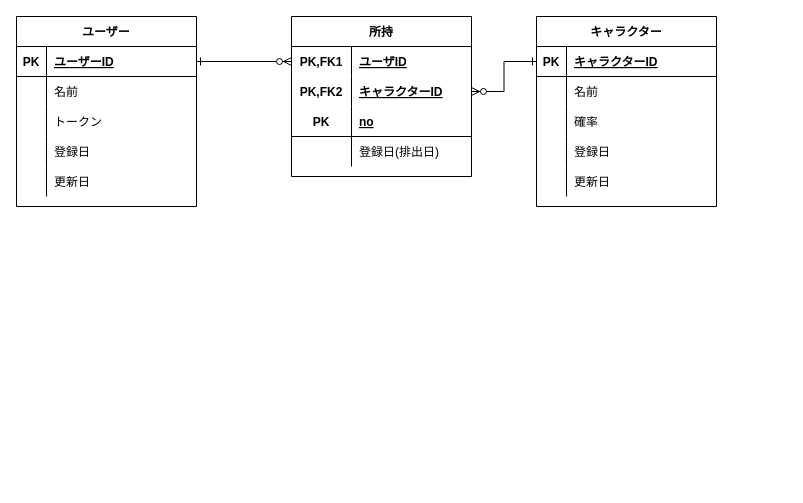
Earlier version of the draw.io diagram db.drawio (HidakaRintaro/MISSION_CA-TechDojo). Source tidied: cells renumbered, new cells numbered last; positions are measured from the earlier drawing's top-left corner, leaving out a move shared by most shapes. Both pictures are drawn from the tidied source at 100%, with x=0, y=0 at pixel (16, 16).
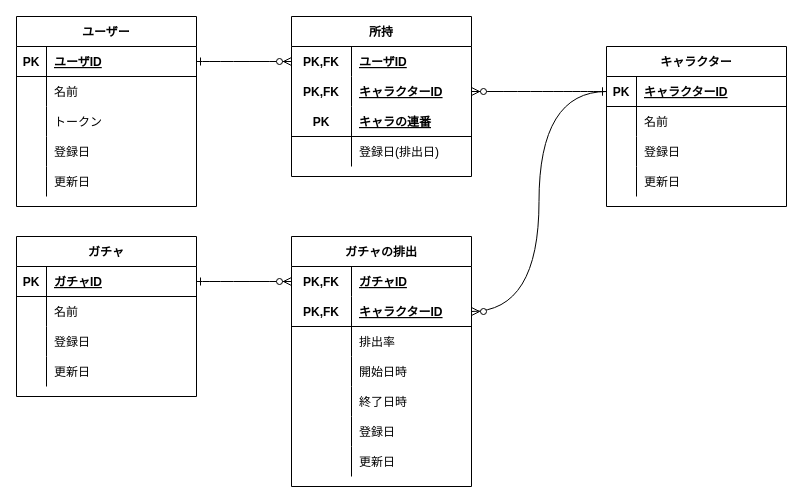
After the change.

Commit message:
db設計の変更

The change refers to these unchanged cells:
```xml
<mxCell id="3" style="shape=partialRectangle;fillColor=none;top=0;left=0;bottom=1;right=0;points=[[0,0.5],[1,0.5]];portConstraint=eastwest;" parent="2" vertex="1">
  <mxGeometry y="30" width="180" height="30" as="geometry" />
</mxCell>
<mxCell id="19" style="shape=partialRectangle;fillColor=none;top=0;left=0;bottom=1;right=0;points=[[0,0.5],[1,0.5]];portConstraint=eastwest;" parent="18" vertex="1">
  <mxGeometry y="30" width="180" height="30" as="geometry" />
</mxCell>
<mxCell id="35" style="shape=partialRectangle;fillColor=none;top=0;left=0;bottom=0;right=0;points=[[0,0.5],[1,0.5]];portConstraint=eastwest;" parent="34" vertex="1">
  <mxGeometry y="30" width="180" height="30" as="geometry" />
</mxCell>
<mxCell id="38" style="shape=partialRectangle;fillColor=none;top=0;left=0;bottom=1;right=0;points=[[0,0.5],[1,0.5]];portConstraint=eastwest;strokeColor=none;" parent="34" vertex="1">
  <mxGeometry y="60" width="180" height="30" as="geometry" />
</mxCell>
<mxCell id="41" style="shape=partialRectangle;fillColor=none;top=0;left=0;bottom=1;right=0;" parent="34" vertex="1">
  <mxGeometry y="90" width="180" height="30" as="geometry" />
</mxCell>
```

What changed in the source:
```diff
@@
-    <mxCell id="5" value="ユーザーID" style="shape=partialRectangle;fillColor=none;top=0;left=0;bottom=0;right=0;align=left;spacingLeft=6;fontStyle=5;overflow=hidden;" parent="3" vertex="1">
+    <mxCell id="5" value="ユーザID" style="shape=partialRectangle;fillColor=none;top=0;left=0;bottom=0;right=0;align=left;spacingLeft=6;fontStyle=5;overflow=hidden;" parent="3" vertex="1">
       <mxGeometry x="30" width="150" height="30" as="geometry" />
     </mxCell>
@@
     <mxCell id="18" value="キャラクター" style="shape=table;startSize=30;childLayout=tableLayout;rowLines=0;fontStyle=1;align=center;" parent="1" vertex="1">
-      <mxGeometry x="520" width="180" height="190" as="geometry" />
+      <mxGeometry x="590" y="30" width="180" height="160" as="geometry" />
     </mxCell>
@@
-    <mxCell id="25" style="shape=partialRectangle;fillColor=none;top=0;left=0;bottom=0;right=0;" parent="18" vertex="1">
-      <mxGeometry y="90" width="180" height="30" as="geometry" />
-    </mxCell>
-    <mxCell id="26" style="shape=partialRectangle;fillColor=none;top=0;left=0;bottom=0;right=0;overflow=hidden;" parent="25" vertex="1">
-      <mxGeometry width="30" height="30" as="geometry" />
-    </mxCell>
-    <mxCell id="27" value="確率" style="shape=partialRectangle;fillColor=none;top=0;left=0;bottom=0;right=0;align=left;spacingLeft=6;overflow=hidden;" parent="25" vertex="1">
-      <mxGeometry x="30" width="150" height="30" as="geometry" />
-    </mxCell>
     <mxCell id="28" style="shape=partialRectangle;fillColor=none;top=0;left=0;bottom=0;right=0;" parent="18" vertex="1">
-      <mxGeometry y="120" width="180" height="30" as="geometry" />
+      <mxGeometry y="90" width="180" height="30" as="geometry" />
     </mxCell>
@@
     <mxCell id="31" style="shape=partialRectangle;fillColor=none;top=0;left=0;bottom=0;right=0;" parent="18" vertex="1">
-      <mxGeometry y="150" width="180" height="30" as="geometry" />
+      <mxGeometry y="120" width="180" height="30" as="geometry" />
     </mxCell>
@@
-    <mxCell id="36" value="PK,FK1" style="shape=partialRectangle;fillColor=none;top=0;left=0;bottom=0;right=0;fontStyle=1;overflow=hidden;" parent="35" vertex="1">
+    <mxCell id="36" value="PK,FK" style="shape=partialRectangle;fillColor=none;top=0;left=0;bottom=0;right=0;fontStyle=1;overflow=hidden;" parent="35" vertex="1">
       <mxGeometry width="60" height="30" as="geometry" />
     </mxCell>
@@
-    <mxCell id="39" value="PK,FK2" style="shape=partialRectangle;fillColor=none;top=0;left=0;bottom=0;right=0;fontStyle=1;overflow=hidden;" parent="38" vertex="1">
+    <mxCell id="39" value="PK,FK" style="shape=partialRectangle;fillColor=none;top=0;left=0;bottom=0;right=0;fontStyle=1;overflow=hidden;" parent="38" vertex="1">
       <mxGeometry width="60" height="30" as="geometry" />
     </mxCell>
@@
-    <mxCell id="43" value="no" style="shape=partialRectangle;fillColor=none;top=0;left=0;bottom=0;right=0;align=left;spacingLeft=6;fontStyle=5;overflow=hidden;" parent="41" vertex="1">
+    <mxCell id="43" value="キャラの連番" style="shape=partialRectangle;fillColor=none;top=0;left=0;bottom=0;right=0;align=left;spacingLeft=6;fontStyle=5;overflow=hidden;" parent="41" vertex="1">
       <mxGeometry x="60" width="120" height="30" as="geometry" />
     </mxCell>
@@
-    <mxCell id="47" style="edgeStyle=orthogonalEdgeStyle;rounded=0;jettySize=auto;html=1;exitX=1;exitY=0.5;exitDx=0;exitDy=0;startArrow=ERone;startFill=0;endArrow=ERzeroToMany;endFill=1;" parent="1" edge="1" source="3" target="35">
+    <mxCell id="47" style="edgeStyle=orthogonalEdgeStyle;rounded=0;jettySize=auto;html=1;exitX=1;exitY=0.5;exitDx=0;exitDy=0;startArrow=ERone;startFill=0;endArrow=ERzeroToMany;endFill=1;curved=1;" parent="1" edge="1" source="3" target="35">
       <mxGeometry relative="1" as="geometry" />
     </mxCell>
-    <mxCell id="48" style="edgeStyle=orthogonalEdgeStyle;rounded=0;jettySize=auto;html=1;exitX=0;exitY=0.5;exitDx=0;exitDy=0;startArrow=ERone;startFill=0;endArrow=ERzeroToMany;endFill=1;" parent="1" edge="1" source="19" target="38">
+    <mxCell id="48" style="edgeStyle=orthogonalEdgeStyle;rounded=0;jettySize=auto;html=1;exitX=0;exitY=0.5;exitDx=0;exitDy=0;startArrow=ERone;startFill=0;endArrow=ERzeroToMany;endFill=1;curved=1;" parent="1" edge="1" source="19" target="38">
       <mxGeometry relative="1" as="geometry" />
     </mxCell>
+    <mxCell id="49" value="ガチャの排出" style="shape=table;startSize=30;childLayout=tableLayout;rowLines=0;fontStyle=1;align=center;" parent="1" vertex="1">
+      <mxGeometry x="275" y="220" width="180" height="250" as="geometry" />
+    </mxCell>
+    <mxCell id="50" style="shape=partialRectangle;fillColor=none;top=0;left=0;bottom=0;right=0;points=[[0,0.5],[1,0.5]];portConstraint=eastwest;" parent="49" vertex="1">
+      <mxGeometry y="30" width="180" height="30" as="geometry" />
+    </mxCell>
+    <mxCell id="51" value="PK,FK" style="shape=partialRectangle;fillColor=none;top=0;left=0;bottom=0;right=0;fontStyle=1;overflow=hidden;" parent="50" vertex="1">
+      <mxGeometry width="60" height="30" as="geometry" />
+    </mxCell>
+    <mxCell id="52" value="ガチャID" style="shape=partialRectangle;fillColor=none;top=0;left=0;bottom=0;right=0;align=left;spacingLeft=6;fontStyle=5;overflow=hidden;" parent="50" vertex="1">
+      <mxGeometry x="60" width="120" height="30" as="geometry" />
+    </mxCell>
+    <mxCell id="53" style="shape=partialRectangle;fillColor=none;top=0;left=0;bottom=1;right=0;points=[[0,0.5],[1,0.5]];portConstraint=eastwest;" parent="49" vertex="1">
+      <mxGeometry y="60" width="180" height="30" as="geometry" />
+    </mxCell>
+    <mxCell id="54" value="PK,FK" style="shape=partialRectangle;fillColor=none;top=0;left=0;bottom=0;right=0;fontStyle=1;overflow=hidden;" parent="53" vertex="1">
+      <mxGeometry width="60" height="30" as="geometry" />
+    </mxCell>
+    <mxCell id="55" value="キャラクターID" style="shape=partialRectangle;fillColor=none;top=0;left=0;bottom=0;right=0;align=left;spacingLeft=6;fontStyle=5;overflow=hidden;" parent="53" vertex="1">
+      <mxGeometry x="60" width="120" height="30" as="geometry" />
+    </mxCell>
+    <mxCell id="56" style="shape=partialRectangle;fillColor=none;top=0;left=0;bottom=0;right=0;" parent="49" vertex="1">
+      <mxGeometry y="90" width="180" height="30" as="geometry" />
+    </mxCell>
+    <mxCell id="57" style="shape=partialRectangle;fillColor=none;top=0;left=0;bottom=0;right=0;overflow=hidden;" parent="56" vertex="1">
+      <mxGeometry width="60" height="30" as="geometry" />
+    </mxCell>
+    <mxCell id="58" value="排出率" style="shape=partialRectangle;fillColor=none;top=0;left=0;bottom=0;right=0;align=left;spacingLeft=6;overflow=hidden;" parent="56" vertex="1">
+      <mxGeometry x="60" width="120" height="30" as="geometry" />
+    </mxCell>
+    <mxCell id="59" style="shape=partialRectangle;fillColor=none;top=0;left=0;bottom=0;right=0;" parent="49" vertex="1">
+      <mxGeometry y="120" width="180" height="30" as="geometry" />
+    </mxCell>
+    <mxCell id="60" style="shape=partialRectangle;fillColor=none;top=0;left=0;bottom=0;right=0;overflow=hidden;" parent="59" vertex="1">
+      <mxGeometry width="60" height="30" as="geometry" />
+    </mxCell>
+    <mxCell id="61" value="開始日時" style="shape=partialRectangle;fillColor=none;top=0;left=0;bottom=0;right=0;align=left;spacingLeft=6;overflow=hidden;" parent="59" vertex="1">
+      <mxGeometry x="60" width="120" height="30" as="geometry" />
+    </mxCell>
+    <mxCell id="62" style="shape=partialRectangle;fillColor=none;top=0;left=0;bottom=0;right=0;" parent="49" vertex="1">
+      <mxGeometry y="150" width="180" height="30" as="geometry" />
+    </mxCell>
+    <mxCell id="63" style="shape=partialRectangle;fillColor=none;top=0;left=0;bottom=0;right=0;overflow=hidden;" parent="62" vertex="1">
+      <mxGeometry width="60" height="30" as="geometry" />
+    </mxCell>
+    <mxCell id="64" value="終了日時" style="shape=partialRectangle;fillColor=none;top=0;left=0;bottom=0;right=0;align=left;spacingLeft=6;overflow=hidden;" parent="62" vertex="1">
+      <mxGeometry x="60" width="120" height="30" as="geometry" />
+    </mxCell>
+    <mxCell id="65" style="shape=partialRectangle;fillColor=none;top=0;left=0;bottom=0;right=0;" parent="49" vertex="1">
+      <mxGeometry y="180" width="180" height="30" as="geometry" />
+    </mxCell>
+    <mxCell id="66" style="shape=partialRectangle;fillColor=none;top=0;left=0;bottom=0;right=0;overflow=hidden;" parent="65" vertex="1">
+      <mxGeometry width="60" height="30" as="geometry" />
+    </mxCell>
+    <mxCell id="67" value="登録日" style="shape=partialRectangle;fillColor=none;top=0;left=0;bottom=0;right=0;align=left;spacingLeft=6;overflow=hidden;" parent="65" vertex="1">
+      <mxGeometry x="60" width="120" height="30" as="geometry" />
+    </mxCell>
+    <mxCell id="68" style="shape=partialRectangle;fillColor=none;top=0;left=0;bottom=0;right=0;" parent="49" vertex="1">
+      <mxGeometry y="210" width="180" height="30" as="geometry" />
+    </mxCell>
+    <mxCell id="69" style="shape=partialRectangle;fillColor=none;top=0;left=0;bottom=0;right=0;overflow=hidden;" parent="68" vertex="1">
+      <mxGeometry width="60" height="30" as="geometry" />
+    </mxCell>
+    <mxCell id="70" value="更新日" style="shape=partialRectangle;fillColor=none;top=0;left=0;bottom=0;right=0;align=left;spacingLeft=6;overflow=hidden;" parent="68" vertex="1">
+      <mxGeometry x="60" width="120" height="30" as="geometry" />
+    </mxCell>
+    <mxCell id="71" style="edgeStyle=orthogonalEdgeStyle;rounded=0;jettySize=auto;html=1;exitX=0;exitY=0.5;exitDx=0;exitDy=0;entryX=1;entryY=0.5;entryDx=0;entryDy=0;endArrow=ERzeroToMany;endFill=1;startArrow=ERone;startFill=0;curved=1;" parent="1" edge="1" source="19" target="53">
+      <mxGeometry relative="1" as="geometry" />
+    </mxCell>
+    <mxCell id="72" style="edgeStyle=orthogonalEdgeStyle;curved=1;rounded=0;jettySize=auto;html=1;entryX=0;entryY=0.5;entryDx=0;entryDy=0;startArrow=ERone;startFill=0;endArrow=ERzeroToMany;endFill=1;exitX=1;exitY=0.5;exitDx=0;exitDy=0;" parent="1" edge="1" source="74" target="50">
+      <mxGeometry relative="1" as="geometry" />
+    </mxCell>
+    <mxCell id="73" value="ガチャ" style="shape=table;startSize=30;childLayout=tableLayout;rowLines=0;fontStyle=1;align=center;" parent="1" vertex="1">
+      <mxGeometry y="220" width="180" height="160" as="geometry" />
+    </mxCell>
+    <mxCell id="74" style="shape=partialRectangle;fillColor=none;top=0;left=0;bottom=1;right=0;points=[[0,0.5],[1,0.5]];portConstraint=eastwest;" parent="73" vertex="1">
+      <mxGeometry y="30" width="180" height="30" as="geometry" />
+    </mxCell>
+    <mxCell id="75" value="PK" style="shape=partialRectangle;fillColor=none;top=0;left=0;bottom=0;right=0;fontStyle=1;overflow=hidden;" parent="74" vertex="1">
+      <mxGeometry width="30" height="30" as="geometry" />
+    </mxCell>
+    <mxCell id="76" value="ガチャID" style="shape=partialRectangle;fillColor=none;top=0;left=0;bottom=0;right=0;align=left;spacingLeft=6;fontStyle=5;overflow=hidden;" parent="74" vertex="1">
+      <mxGeometry x="30" width="150" height="30" as="geometry" />
+    </mxCell>
+    <mxCell id="77" style="shape=partialRectangle;fillColor=none;top=0;left=0;bottom=0;right=0;" parent="73" vertex="1">
+      <mxGeometry y="60" width="180" height="30" as="geometry" />
+    </mxCell>
+    <mxCell id="78" style="shape=partialRectangle;fillColor=none;top=0;left=0;bottom=0;right=0;overflow=hidden;" parent="77" vertex="1">
+      <mxGeometry width="30" height="30" as="geometry" />
+    </mxCell>
+    <mxCell id="79" value="名前" style="shape=partialRectangle;fillColor=none;top=0;left=0;bottom=0;right=0;align=left;spacingLeft=6;overflow=hidden;" parent="77" vertex="1">
+      <mxGeometry x="30" width="150" height="30" as="geometry" />
+    </mxCell>
+    <mxCell id="80" style="shape=partialRectangle;fillColor=none;top=0;left=0;bottom=0;right=0;" parent="73" vertex="1">
+      <mxGeometry y="90" width="180" height="30" as="geometry" />
+    </mxCell>
+    <mxCell id="81" style="shape=partialRectangle;fillColor=none;top=0;left=0;bottom=0;right=0;overflow=hidden;" parent="80" vertex="1">
+      <mxGeometry width="30" height="30" as="geometry" />
+    </mxCell>
+    <mxCell id="82" value="登録日" style="shape=partialRectangle;fillColor=none;top=0;left=0;bottom=0;right=0;align=left;spacingLeft=6;overflow=hidden;" parent="80" vertex="1">
+      <mxGeometry x="30" width="150" height="30" as="geometry" />
+    </mxCell>
+    <mxCell id="83" style="shape=partialRectangle;fillColor=none;top=0;left=0;bottom=0;right=0;" parent="73" vertex="1">
+      <mxGeometry y="120" width="180" height="30" as="geometry" />
+    </mxCell>
+    <mxCell id="84" style="shape=partialRectangle;fillColor=none;top=0;left=0;bottom=0;right=0;overflow=hidden;" parent="83" vertex="1">
+      <mxGeometry width="30" height="30" as="geometry" />
+    </mxCell>
+    <mxCell id="85" value="更新日" style="shape=partialRectangle;fillColor=none;top=0;left=0;bottom=0;right=0;align=left;spacingLeft=6;overflow=hidden;" parent="83" vertex="1">
+      <mxGeometry x="30" width="150" height="30" as="geometry" />
+    </mxCell>
```
